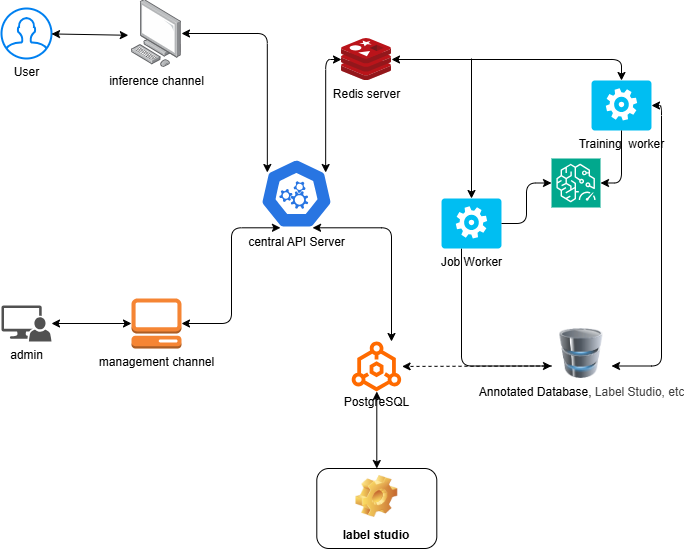
This is diagram/overview.png from Woramet7897/ai-ecosystem-workspace, a draw.io export, as it was before one commit. Source tidied: cells renumbered, new cells last; positions are measured from the earlier drawing's top-left corner, leaving out a move shared by most shapes.
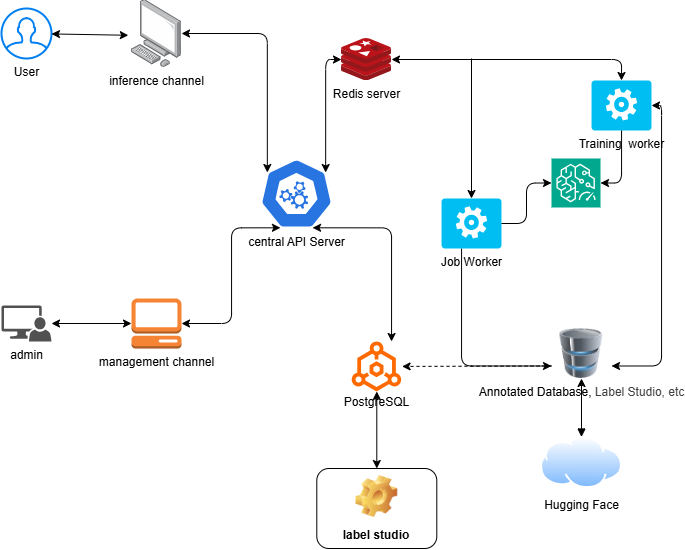
Above is the later version.

Diff of the diagram source:
```diff
@@ -95,5 +95,11 @@
     <mxCell id="27" value="label studio" style="label;whiteSpace=wrap;html=1;align=center;verticalAlign=bottom;spacingLeft=0;spacingBottom=4;imageAlign=center;imageVerticalAlign=top;image=img/clipart/Gear_128x128.png;" parent="1" vertex="1">
       <mxGeometry x="315.3" y="469" width="120" height="80" as="geometry" />
     </mxCell>
+    <mxCell id="28" style="edgeStyle=none;html=1;startArrow=block;startFill=1;" parent="1" edge="1" source="29" target="25">
+      <mxGeometry relative="1" as="geometry" />
+    </mxCell>
+    <mxCell id="29" value="Hugging Face" style="image;perimeter=ellipsePerimeter;html=1;align=center;shadow=0;dashed=0;spacingTop=3;image=img/lib/active_directory/internet_cloud.svg;" parent="1" vertex="1">
+      <mxGeometry x="539.1" y="437.5" width="81.8" height="51.5" as="geometry" />
+    </mxCell>
   </root>
 </mxGraphModel>
```
